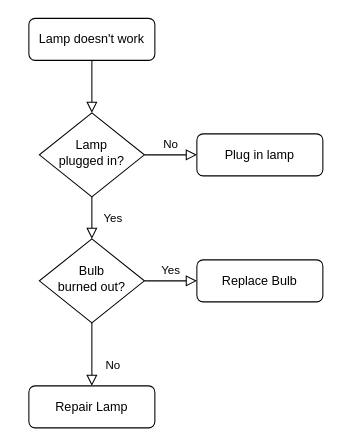
Earlier version of the draw.io diagram Untitled Diagram.drawio (yuyongsh/yuyongsh). Source tidied: cells renumbered, new cells numbered last; positions are measured from the earlier drawing's top-left corner, leaving out a move shared by most shapes. Both pictures are drawn from the tidied source at 105%, with x=0, y=0 at pixel (28, 18).
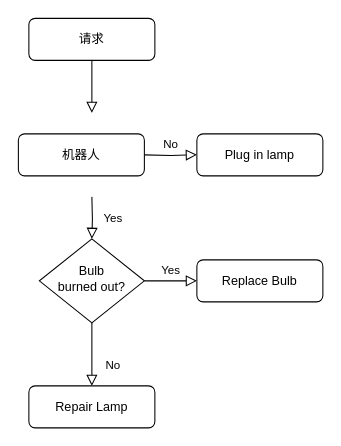
The same diagram, later.

The edit, as a diff of the source:
```diff
@@
 <mxGraphModel>
   <root>
     <mxCell id="0" />
     <mxCell id="1" parent="0" />
-    <mxCell id="2" style="rounded=0;html=1;jettySize=auto;fontSize=11;endArrow=block;endFill=0;endSize=8;strokeWidth=1;shadow=0;labelBackgroundColor=none;edgeStyle=orthogonalEdgeStyle;" parent="1" edge="1" source="3" target="6">
-      <mxGeometry relative="1" as="geometry" />
+    <mxCell id="2" style="rounded=0;html=1;jettySize=auto;fontSize=11;endArrow=block;endFill=0;endSize=8;strokeWidth=1;shadow=0;labelBackgroundColor=none;edgeStyle=orthogonalEdgeStyle;" parent="1" edge="1" source="3">
+      <mxGeometry relative="1" as="geometry">
+        <mxPoint x="60" y="90" as="targetPoint" />
+      </mxGeometry>
     </mxCell>
-    <mxCell id="3" value="Lamp doesn't work" style="rounded=1;whiteSpace=wrap;html=1;fontSize=12;glass=0;strokeWidth=1;shadow=0;" parent="1" vertex="1">
+    <mxCell id="3" value="请求" style="rounded=1;whiteSpace=wrap;html=1;fontSize=12;glass=0;strokeWidth=1;shadow=0;" parent="1" vertex="1">
       <mxGeometry width="120" height="40" as="geometry" />
     </mxCell>
-    <mxCell id="4" value="Yes" style="rounded=0;html=1;jettySize=auto;fontSize=11;endArrow=block;endFill=0;endSize=8;strokeWidth=1;shadow=0;labelBackgroundColor=none;edgeStyle=orthogonalEdgeStyle;" parent="1" edge="1" source="6" target="10">
-      <mxGeometry y="20" relative="1" as="geometry" />
+    <mxCell id="4" value="Yes" style="rounded=0;html=1;jettySize=auto;fontSize=11;endArrow=block;endFill=0;endSize=8;strokeWidth=1;shadow=0;labelBackgroundColor=none;edgeStyle=orthogonalEdgeStyle;" parent="1" edge="1" target="10">
+      <mxGeometry y="20" relative="1" as="geometry">
+        <mxPoint x="60" y="170" as="sourcePoint" />
+      </mxGeometry>
     </mxCell>
-    <mxCell id="5" value="No" style="edgeStyle=orthogonalEdgeStyle;rounded=0;html=1;jettySize=auto;fontSize=11;endArrow=block;endFill=0;endSize=8;strokeWidth=1;shadow=0;labelBackgroundColor=none;" parent="1" edge="1" source="6" target="7">
-      <mxGeometry y="10" relative="1" as="geometry" />
+    <mxCell id="5" value="No" style="edgeStyle=orthogonalEdgeStyle;rounded=0;html=1;jettySize=auto;fontSize=11;endArrow=block;endFill=0;endSize=8;strokeWidth=1;shadow=0;labelBackgroundColor=none;" parent="1" edge="1" target="7">
+      <mxGeometry y="10" relative="1" as="geometry">
+        <mxPoint x="110" y="130" as="sourcePoint" />
+      </mxGeometry>
     </mxCell>
-    <mxCell id="6" value="Lamp&lt;br&gt;plugged in?" style="rhombus;whiteSpace=wrap;html=1;shadow=0;fontFamily=Helvetica;fontSize=12;align=center;strokeWidth=1;spacing=6;spacingTop=-4;" parent="1" vertex="1">
-      <mxGeometry x="10" y="90" width="100" height="80" as="geometry" />
-    </mxCell>
     <mxCell id="7" value="Plug in lamp" style="rounded=1;whiteSpace=wrap;html=1;fontSize=12;glass=0;strokeWidth=1;shadow=0;" parent="1" vertex="1">
       <mxGeometry x="160" y="110" width="120" height="40" as="geometry" />
     </mxCell>
     <mxCell id="8" value="No" style="rounded=0;html=1;jettySize=auto;fontSize=11;endArrow=block;endFill=0;endSize=8;strokeWidth=1;shadow=0;labelBackgroundColor=none;edgeStyle=orthogonalEdgeStyle;" parent="1" edge="1" source="10" target="11">
       <mxGeometry x="0.33" y="20" relative="1" as="geometry" />
     </mxCell>
     <mxCell id="9" value="Yes" style="edgeStyle=orthogonalEdgeStyle;rounded=0;html=1;jettySize=auto;fontSize=11;endArrow=block;endFill=0;endSize=8;strokeWidth=1;shadow=0;labelBackgroundColor=none;" parent="1" edge="1" source="10" target="12">
       <mxGeometry y="10" relative="1" as="geometry" />
     </mxCell>
     <mxCell id="10" value="Bulb&lt;br&gt;burned out?" style="rhombus;whiteSpace=wrap;html=1;shadow=0;fontFamily=Helvetica;fontSize=12;align=center;strokeWidth=1;spacing=6;spacingTop=-4;" parent="1" vertex="1">
       <mxGeometry x="10" y="210" width="100" height="80" as="geometry" />
     </mxCell>
     <mxCell id="11" value="Repair Lamp" style="rounded=1;whiteSpace=wrap;html=1;fontSize=12;glass=0;strokeWidth=1;shadow=0;" parent="1" vertex="1">
       <mxGeometry y="350" width="120" height="40" as="geometry" />
     </mxCell>
     <mxCell id="12" value="Replace Bulb" style="rounded=1;whiteSpace=wrap;html=1;fontSize=12;glass=0;strokeWidth=1;shadow=0;" parent="1" vertex="1">
       <mxGeometry x="160" y="230" width="120" height="40" as="geometry" />
     </mxCell>
+    <mxCell id="13" value="机器人" style="rounded=1;whiteSpace=wrap;html=1;fontSize=12;glass=0;strokeWidth=1;shadow=0;" parent="1" vertex="1">
+      <mxGeometry x="-10" y="110" width="120" height="40" as="geometry" />
+    </mxCell>
   </root>
 </mxGraphModel>
```
